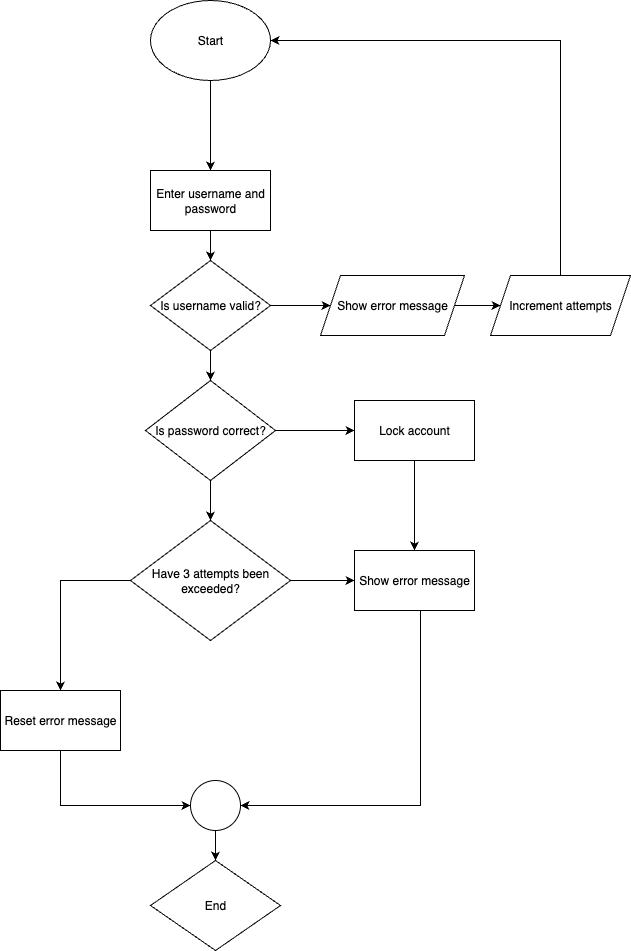
This is test.drawio.png from Rojanpun/pet-feeder-project, a draw.io export, as it was before one commit. Source tidied: cells renumbered, new cells last; positions are measured from the earlier drawing's top-left corner, leaving out a move shared by most shapes.
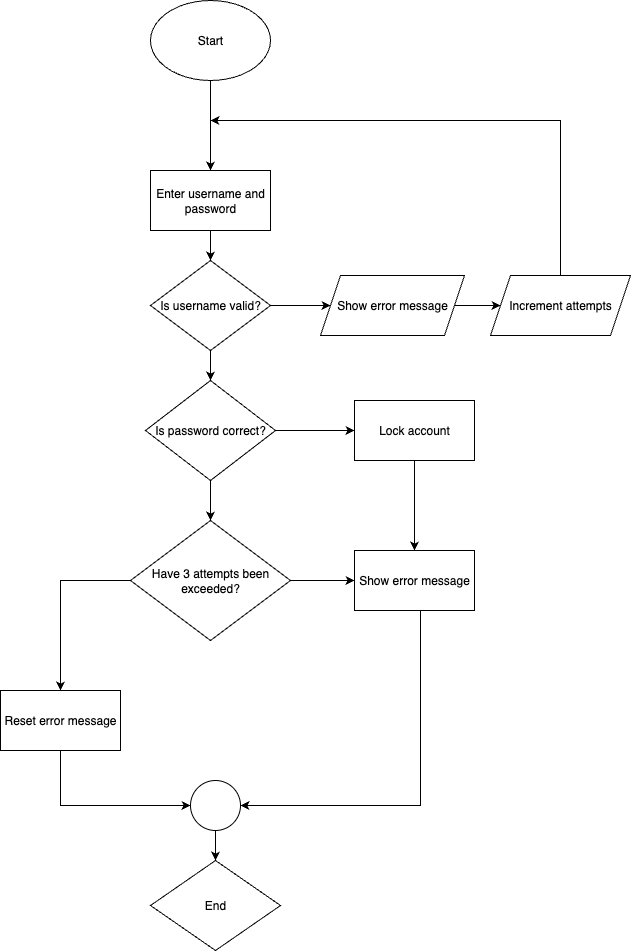
After the change.

What changed in the source:
```diff
@@ -29,8 +29,13 @@
     <mxCell id="10" value="Show error message" style="shape=parallelogram;perimeter=parallelogramPerimeter;whiteSpace=wrap;html=1;fixedSize=1;" parent="1" vertex="1">
       <mxGeometry x="320" y="275" width="144" height="60" as="geometry" />
     </mxCell>
-    <mxCell id="11" style="edgeStyle=orthogonalEdgeStyle;rounded=0;jettySize=auto;html=1;exitX=0.5;exitY=0;exitDx=0;exitDy=0;entryX=1;entryY=0.5;entryDx=0;entryDy=0;" parent="1" edge="1" source="12" target="3">
-      <mxGeometry relative="1" as="geometry" />
+    <mxCell id="11" style="edgeStyle=orthogonalEdgeStyle;rounded=0;jettySize=auto;html=1;exitX=0.5;exitY=0;exitDx=0;exitDy=0;" parent="1" edge="1" source="12">
+      <mxGeometry relative="1" as="geometry">
+        <mxPoint x="210" y="120" as="targetPoint" />
+        <Array as="points">
+          <mxPoint x="560" y="120" />
+        </Array>
+      </mxGeometry>
     </mxCell>
     <mxCell id="12" value="Increment attempts" style="shape=parallelogram;perimeter=parallelogramPerimeter;whiteSpace=wrap;html=1;fixedSize=1;" parent="1" vertex="1">
       <mxGeometry x="490" y="275" width="140" height="60" as="geometry" />
```
